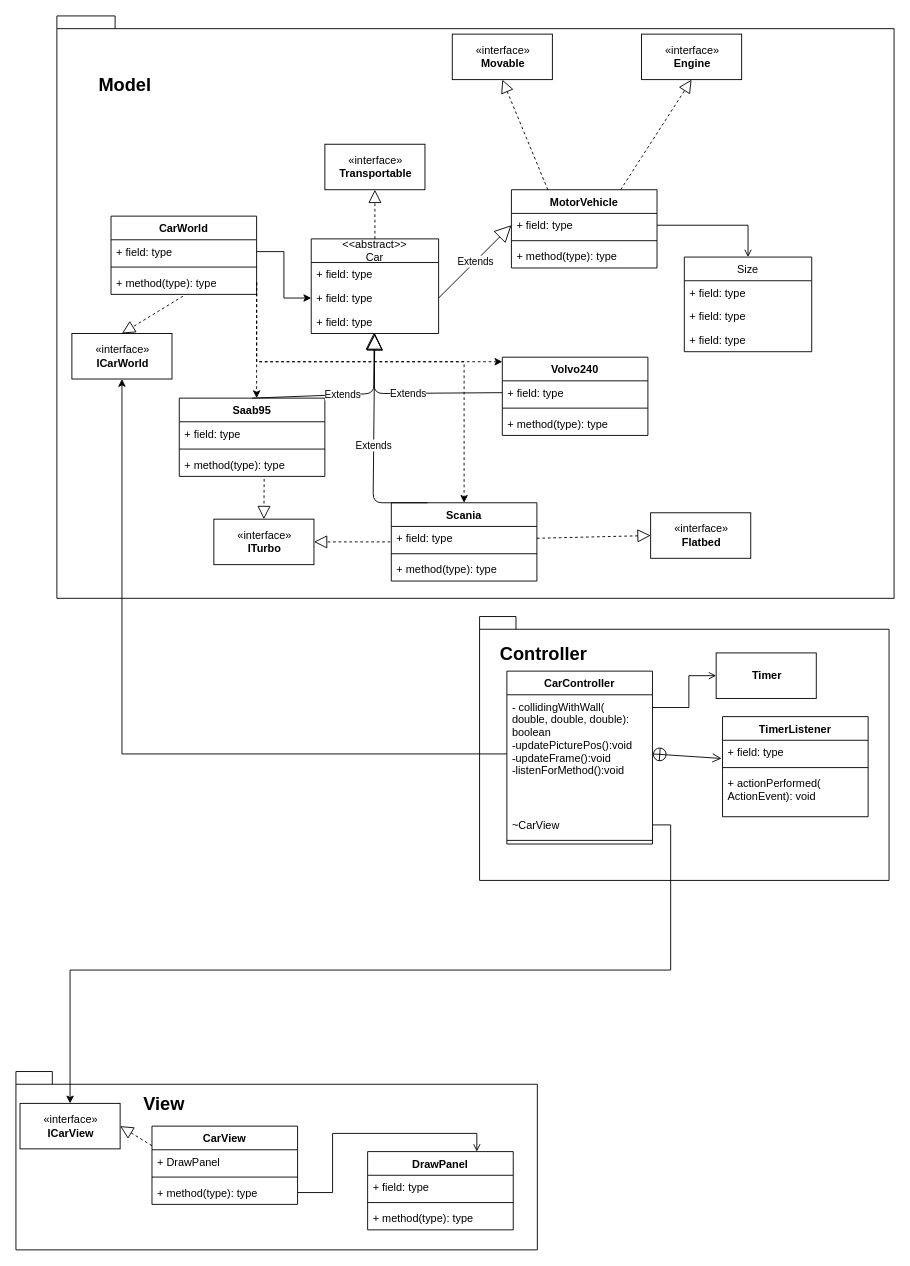
FHanberg/Labb-2-Del-B keeps this draw.io diagram as Labb2Nicer.drawio. Above is the earlier version. Source tidied: cells renumbered, new cells numbered last; positions are measured from the earlier drawing's top-left corner, leaving out a move shared by most shapes. Both pictures are drawn from the tidied source at 91%, with x=0, y=0 at pixel (15, 15).
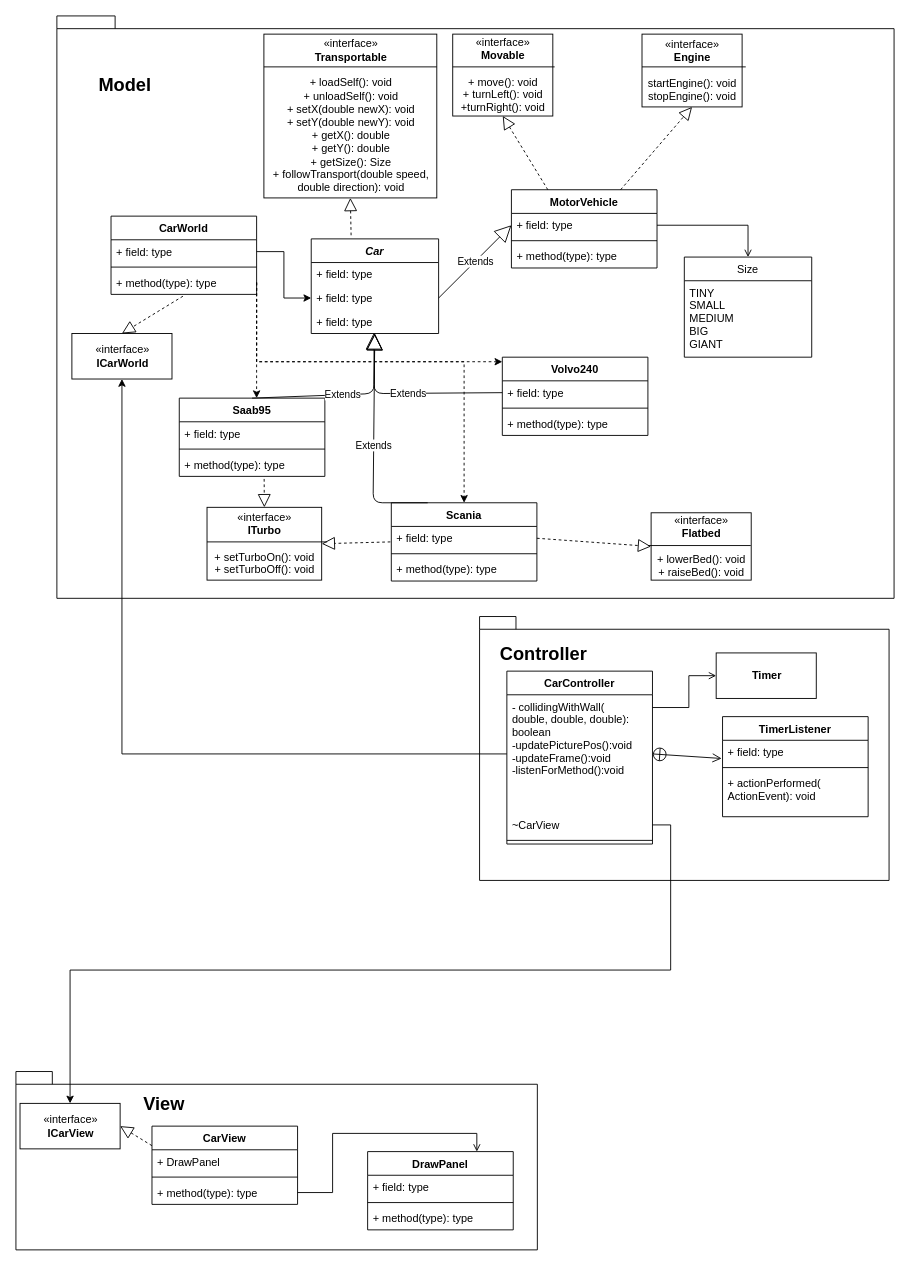
The same page after the edit.

What changed in the source:
```diff
@@
-    <mxCell id="5" value="&lt;&lt;abstract&gt;&gt;&#10;Car" style="swimlane;fontStyle=0;horizontal=1;startSize=26;fillColor=none;" parent="1" vertex="1">
+    <mxCell id="5" value="Car" style="swimlane;fontStyle=3;horizontal=1;startSize=26;fillColor=none;" parent="1" vertex="1">
       <mxGeometry x="324.5" y="245" width="140" height="104" as="geometry" />
     </mxCell>
@@
-    <mxCell id="9" value="«interface»&lt;br&gt;&lt;b&gt;Transportable&lt;/b&gt;" style="html=1;" parent="1" vertex="1">
-      <mxGeometry x="339.5" y="141" width="110" height="50" as="geometry" />
+    <mxCell id="9" value="«interface»&lt;br&gt;&lt;b&gt;Transportable&lt;/b&gt;&lt;br&gt;&lt;br&gt;+ loadSelf(): void&lt;br&gt;+ unloadSelf(): void&lt;br&gt;+ setX(double newX): void&lt;br&gt;+ setY(double newY): void&lt;br&gt;+ getX(): double&lt;br&gt;+ getY(): double&lt;br&gt;+ getSize(): Size&lt;br&gt;+ followTransport(double speed,&lt;br&gt;double direction): void" style="html=1;" parent="1" vertex="1">
+      <mxGeometry x="272.5" y="20" width="190" height="180" as="geometry" />
     </mxCell>
-    <mxCell id="10" value="«interface»&lt;br&gt;&lt;b&gt;ITurbo&lt;/b&gt;" style="html=1;" parent="1" vertex="1">
-      <mxGeometry x="217.5" y="553" width="110" height="50" as="geometry" />
+    <mxCell id="10" value="«interface»&lt;br&gt;&lt;b&gt;ITurbo&lt;/b&gt;&lt;br&gt;&lt;br&gt;+ setTurboOn(): void&lt;br&gt;+ setTurboOff(): void" style="html=1;" parent="1" vertex="1">
+      <mxGeometry x="210" y="540" width="126" height="80" as="geometry" />
     </mxCell>
-    <mxCell id="11" value="«interface»&lt;br&gt;&lt;b&gt;Flatbed&lt;/b&gt;" style="html=1;" parent="1" vertex="1">
-      <mxGeometry x="697.5" y="546" width="110" height="50" as="geometry" />
+    <mxCell id="11" value="«interface»&lt;br&gt;&lt;b&gt;Flatbed&lt;/b&gt;&lt;br&gt;&lt;br&gt;+ lowerBed(): void&lt;br&gt;+ raiseBed(): void" style="html=1;" parent="1" vertex="1">
+      <mxGeometry x="698" y="546" width="110" height="74" as="geometry" />
     </mxCell>
-    <mxCell id="12" value="«interface»&lt;br&gt;&lt;b&gt;Engine&lt;/b&gt;" style="html=1;" parent="1" vertex="1">
-      <mxGeometry x="687.5" y="20" width="110" height="50" as="geometry" />
+    <mxCell id="12" value="«interface»&lt;br&gt;&lt;b&gt;Engine&lt;/b&gt;&lt;br&gt;&lt;br&gt;startEngine(): void&lt;br&gt;stopEngine(): void" style="html=1;" parent="1" vertex="1">
+      <mxGeometry x="688" y="20" width="110" height="80" as="geometry" />
     </mxCell>
-    <mxCell id="13" value="«interface»&lt;br&gt;&lt;b&gt;Movable&lt;/b&gt;" style="html=1;" parent="1" vertex="1">
-      <mxGeometry x="479.5" y="20" width="110" height="50" as="geometry" />
+    <mxCell id="13" value="«interface»&lt;br&gt;&lt;b&gt;Movable&lt;/b&gt;&lt;br&gt;&lt;br&gt;+ move(): void&lt;br&gt;+ turnLeft(): void&lt;br&gt;+turnRight(): void" style="html=1;labelPosition=center;verticalLabelPosition=middle;align=center;verticalAlign=middle;" parent="1" vertex="1">
+      <mxGeometry x="480" y="20" width="110" height="90" as="geometry" />
     </mxCell>
-    <mxCell id="14" style="endArrow=block;dashed=1;endFill=0;endSize=12;html=1;entryX=0.5;entryY=1;entryDx=0;entryDy=0;exitX=0.5;exitY=0;exitDx=0;exitDy=0;" parent="1" edge="1" source="5" target="9">
+    <mxCell id="14" style="endArrow=block;dashed=1;endFill=0;endSize=12;html=1;exitX=0.313;exitY=-0.038;exitDx=0;exitDy=0;exitPerimeter=0;entryX=0.5;entryY=1;entryDx=0;entryDy=0;" parent="1" edge="1" source="5" target="9">
       <mxGeometry relative="1" as="geometry" />
     </mxCell>
@@
     <mxCell id="39" value="Size" style="swimlane;fontStyle=0;horizontal=1;startSize=26;fillColor=none;" parent="1" vertex="1">
-      <mxGeometry x="734.5" y="265" width="140" height="104" as="geometry" />
+      <mxGeometry x="734.5" y="265" width="140" height="110" as="geometry" />
     </mxCell>
-    <mxCell id="40" value="+ field: type" style="text;strokeColor=none;fillColor=none;align=left;verticalAlign=top;spacingLeft=4;spacingRight=4;overflow=hidden;" parent="39" vertex="1">
-      <mxGeometry y="26" width="140" height="26" as="geometry" />
+    <mxCell id="40" value="TINY&#10;SMALL&#10;MEDIUM&#10;BIG&#10;GIANT" style="text;strokeColor=none;fillColor=none;align=left;verticalAlign=top;spacingLeft=4;spacingRight=4;overflow=hidden;" parent="39" vertex="1">
+      <mxGeometry y="26" width="140" height="84" as="geometry" />
     </mxCell>
-    <mxCell id="41" value="+ field: type" style="text;strokeColor=none;fillColor=none;align=left;verticalAlign=top;spacingLeft=4;spacingRight=4;overflow=hidden;" parent="39" vertex="1">
-      <mxGeometry y="52" width="140" height="26" as="geometry" />
-    </mxCell>
-    <mxCell id="42" value="+ field: type" style="text;strokeColor=none;fillColor=none;align=left;verticalAlign=top;spacingLeft=4;spacingRight=4;overflow=hidden;" parent="39" vertex="1">
-      <mxGeometry y="78" width="140" height="26" as="geometry" />
-    </mxCell>
@@
+    <mxCell id="82" style="line;strokeWidth=1;fillColor=none;align=left;verticalAlign=middle;spacingTop=-1;spacingLeft=3;spacingRight=3;labelPosition=right;fontSize=11;" parent="1" vertex="1">
+      <mxGeometry x="480" y="52" width="112" height="8" as="geometry" />
+    </mxCell>
+    <mxCell id="83" style="line;strokeWidth=1;fillColor=none;align=left;verticalAlign=middle;spacingTop=-1;spacingLeft=3;spacingRight=3;labelPosition=right;fontSize=11;" parent="1" vertex="1">
+      <mxGeometry x="688" y="52" width="114" height="8" as="geometry" />
+    </mxCell>
+    <mxCell id="84" style="line;strokeWidth=1;fillColor=none;align=left;verticalAlign=middle;spacingTop=-1;spacingLeft=3;spacingRight=3;labelPosition=right;fontSize=11;" parent="1" vertex="1">
+      <mxGeometry x="272.5" y="52" width="190" height="8" as="geometry" />
+    </mxCell>
+    <mxCell id="85" style="line;strokeWidth=1;fillColor=none;align=left;verticalAlign=middle;spacingTop=-1;spacingLeft=3;spacingRight=3;labelPosition=right;fontSize=11;" parent="1" vertex="1">
+      <mxGeometry x="694.5" y="578" width="113" height="8" as="geometry" />
+    </mxCell>
+    <mxCell id="86" style="line;strokeWidth=1;fillColor=none;align=left;verticalAlign=middle;spacingTop=-1;spacingLeft=3;spacingRight=3;labelPosition=right;fontSize=11;" parent="1" vertex="1">
+      <mxGeometry x="210" y="574" width="132" height="8" as="geometry" />
+    </mxCell>
```
